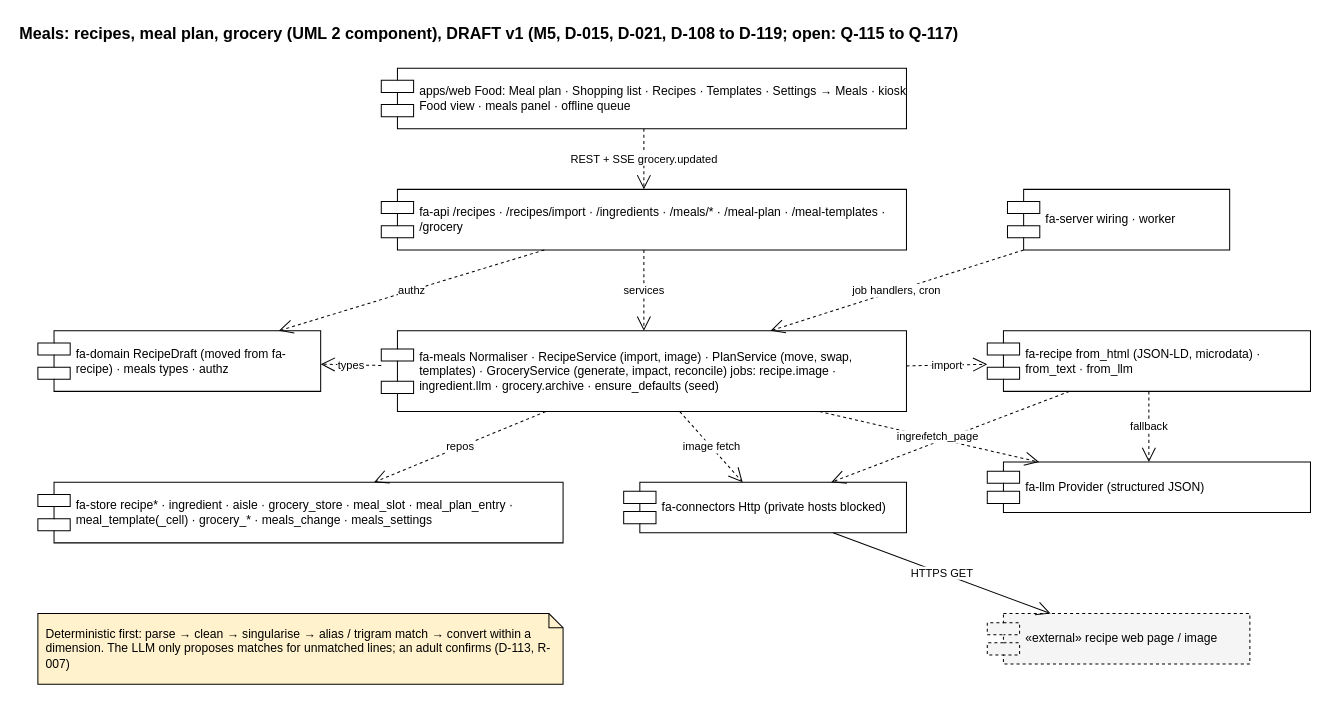
This is page "Components" (1 of 3) of arch/Meals.drawio from JonGanz/family-assistant, a draw.io file, before an edit. Source tidied: cells renumbered, new cells numbered last; positions are measured from the earlier drawing's top-left corner, leaving out a move shared by most shapes. Both pictures are drawn from the tidied source at 101%, with x=0, y=0 at pixel (17, 17).
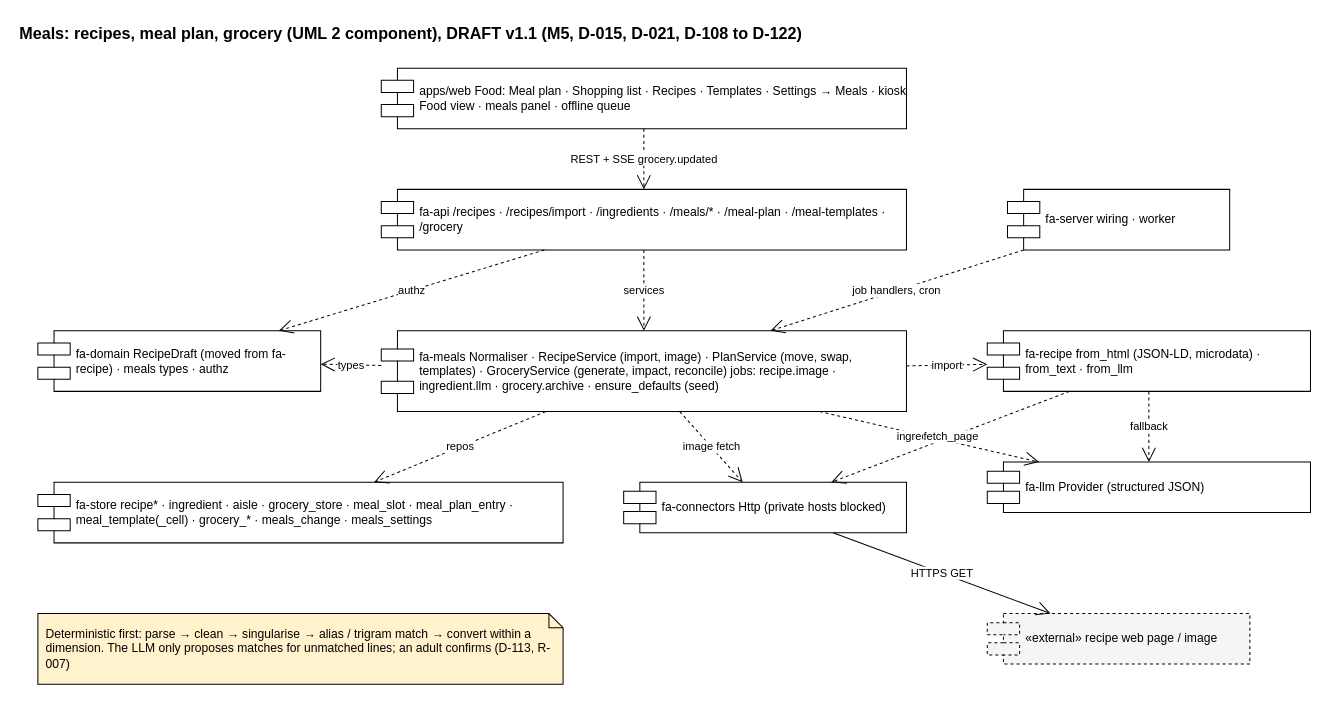
The same diagram, later.

Change to the diagram source:
```diff
@@
-    <mxCell id="2" value="Meals: recipes, meal plan, grocery (UML 2 component), DRAFT v1 (M5, D-015, D-021, D-108 to D-119; open: Q-115 to Q-117)" style="text;fontSize=16;fontStyle=1;html=1;" parent="1" vertex="1">
+    <mxCell id="2" value="Meals: recipes, meal plan, grocery (UML 2 component), DRAFT v1.1 (M5, D-015, D-021, D-108 to D-122)" style="text;fontSize=16;fontStyle=1;html=1;" parent="1" vertex="1">
       <mxGeometry width="1200" height="30" as="geometry" />
     </mxCell>
```
